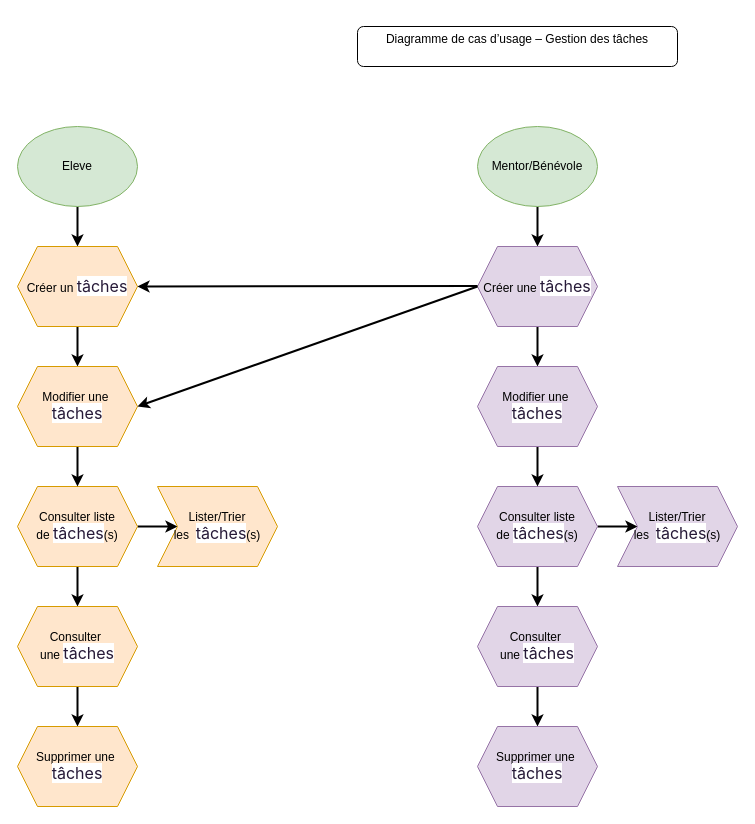
Above: Diagramme de cas d’usage – Gestion des tâches.drawio in frederic5962/Learn-Home_p10 (draw.io), before the change. Source tidied: cells renumbered, new cells numbered last; positions are measured from the earlier drawing's top-left corner, leaving out a move shared by most shapes. Both pictures are drawn from the tidied source at 100%, with x=0, y=0 at pixel (17, 26).
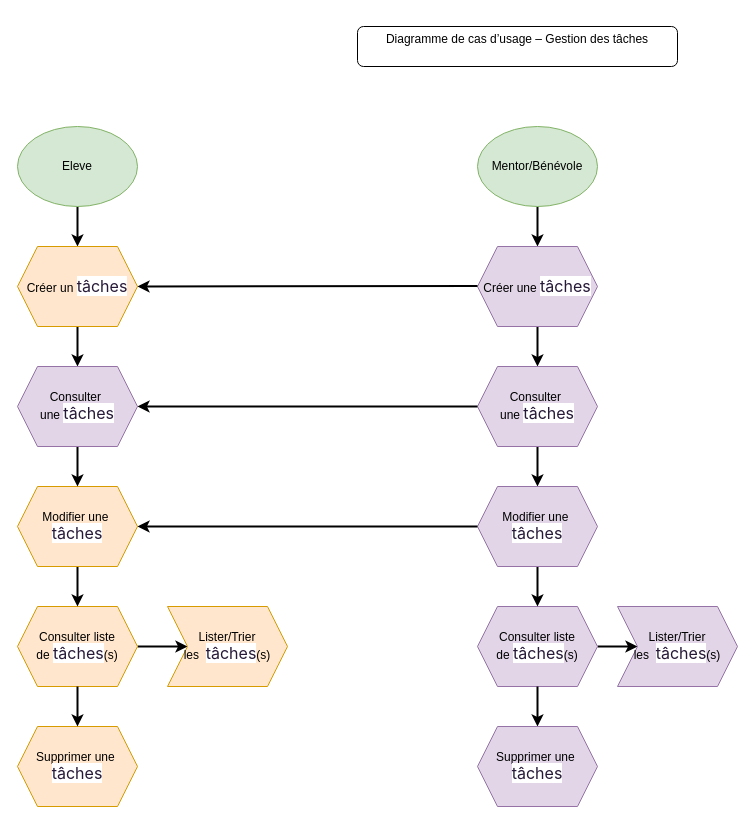
The same diagram, later.

Commit message:
Mettre à jour Diagramme de cas d’usage – Gestion des tâches.drawio

Unchanged cells that the change refers to:
```xml
<mxCell id="8" value="Créer un&amp;nbsp;&lt;span style=&quot;color: rgb(39, 26, 56); font-family: Inter; font-size: 16px; text-align: left; background-color: rgb(255, 255, 255);&quot;&gt;tâches&lt;/span&gt;" style="shape=hexagon;perimeter=hexagonPerimeter2;whiteSpace=wrap;html=1;fixedSize=1;fillColor=#ffe6cc;strokeColor=#d79b00;" parent="1" vertex="1">
  <mxGeometry y="220" width="120" height="80" as="geometry" />
</mxCell>
<mxCell id="13" value="Créer une&amp;nbsp;&lt;span style=&quot;color: rgb(39, 26, 56); font-family: Inter; font-size: 16px; text-align: left; background-color: rgb(255, 255, 255);&quot;&gt;tâches&lt;/span&gt;" style="shape=hexagon;perimeter=hexagonPerimeter2;whiteSpace=wrap;html=1;fixedSize=1;fillColor=#e1d5e7;strokeColor=#9673a6;" parent="1" vertex="1">
  <mxGeometry x="460" y="220" width="120" height="80" as="geometry" />
</mxCell>
<mxCell id="21" value="Supprimer une&amp;nbsp;&lt;div&gt;&lt;span style=&quot;color: rgb(39, 26, 56); font-family: Inter; font-size: 16px; text-align: left; background-color: rgb(255, 255, 255);&quot;&gt;tâches&lt;/span&gt;&lt;/div&gt;" style="shape=hexagon;perimeter=hexagonPerimeter2;whiteSpace=wrap;html=1;fixedSize=1;fillColor=#ffe6cc;strokeColor=#d79b00;" parent="1" vertex="1">
  <mxGeometry y="700" width="120" height="80" as="geometry" />
</mxCell>
<mxCell id="22" value="Supprimer une&amp;nbsp;&lt;div&gt;&lt;span style=&quot;color: rgb(39, 26, 56); font-family: Inter; font-size: 16px; text-align: left; background-color: rgb(255, 255, 255);&quot;&gt;tâches&lt;/span&gt;&lt;/div&gt;" style="shape=hexagon;perimeter=hexagonPerimeter2;whiteSpace=wrap;html=1;fixedSize=1;fillColor=#e1d5e7;strokeColor=#9673a6;" parent="1" vertex="1">
  <mxGeometry x="460" y="700" width="120" height="80" as="geometry" />
</mxCell>
```

What changed in the source:
```diff
@@
-    <mxCell id="7" style="edgeStyle=orthogonalEdgeStyle;rounded=0;jettySize=auto;html=1;strokeWidth=2;" parent="1" edge="1" source="8" target="24">
-      <mxGeometry relative="1" as="geometry" />
-    </mxCell>
+    <mxCell id="31" style="edgeStyle=orthogonalEdgeStyle;rounded=0;jettySize=auto;html=1;strokeWidth=2;" parent="1" edge="1" source="8" target="20">
+      <mxGeometry relative="1" as="geometry" />
+    </mxCell>
@@
-    <mxCell id="9" style="edgeStyle=orthogonalEdgeStyle;rounded=0;jettySize=auto;html=1;strokeWidth=2;" parent="1" edge="1" source="11" target="20">
-      <mxGeometry relative="1" as="geometry" />
-    </mxCell>
@@
     <mxCell id="11" value="Consulter liste de&amp;nbsp;&lt;span style=&quot;color: rgb(39, 26, 56); font-family: Inter; font-size: 16px; text-align: left; background-color: rgb(255, 255, 255);&quot;&gt;tâches&lt;/span&gt;(s)" style="shape=hexagon;perimeter=hexagonPerimeter2;whiteSpace=wrap;html=1;fixedSize=1;fillColor=#ffe6cc;strokeColor=#d79b00;" parent="1" vertex="1">
-      <mxGeometry y="460" width="120" height="80" as="geometry" />
+      <mxGeometry y="580" width="120" height="80" as="geometry" />
     </mxCell>
-    <mxCell id="12" style="edgeStyle=orthogonalEdgeStyle;rounded=0;jettySize=auto;html=1;strokeWidth=2;" parent="1" edge="1" source="13" target="26">
-      <mxGeometry relative="1" as="geometry" />
+    <mxCell id="12" style="edgeStyle=orthogonalEdgeStyle;rounded=0;jettySize=auto;html=1;strokeWidth=2;" parent="1" edge="1" source="13">
+      <mxGeometry relative="1" as="geometry">
+        <mxPoint x="520" y="340" as="targetPoint" />
+      </mxGeometry>
     </mxCell>
@@
-    <mxCell id="14" style="edgeStyle=orthogonalEdgeStyle;rounded=0;jettySize=auto;html=1;strokeWidth=2;" parent="1" edge="1" source="16" target="18">
-      <mxGeometry relative="1" as="geometry" />
-    </mxCell>
@@
     <mxCell id="16" value="Consulter liste de&amp;nbsp;&lt;span style=&quot;color: rgb(39, 26, 56); font-family: Inter; font-size: 16px; text-align: left; background-color: rgb(255, 255, 255);&quot;&gt;tâches&lt;/span&gt;(s)" style="shape=hexagon;perimeter=hexagonPerimeter2;whiteSpace=wrap;html=1;fixedSize=1;fillColor=#e1d5e7;strokeColor=#9673a6;" parent="1" vertex="1">
-      <mxGeometry x="460" y="460" width="120" height="80" as="geometry" />
+      <mxGeometry x="460" y="580" width="120" height="80" as="geometry" />
     </mxCell>
-    <mxCell id="17" style="edgeStyle=orthogonalEdgeStyle;rounded=0;jettySize=auto;html=1;strokeWidth=2;" parent="1" edge="1" source="18" target="22">
+    <mxCell id="17" style="edgeStyle=orthogonalEdgeStyle;rounded=0;jettySize=auto;html=1;strokeWidth=2;exitX=0.5;exitY=1;exitDx=0;exitDy=0;" parent="1" edge="1" source="16" target="22">
       <mxGeometry relative="1" as="geometry" />
     </mxCell>
+    <mxCell id="32" style="edgeStyle=orthogonalEdgeStyle;rounded=0;jettySize=auto;html=1;strokeWidth=2;" parent="1" edge="1" source="18" target="26">
+      <mxGeometry relative="1" as="geometry" />
+    </mxCell>
     <mxCell id="18" value="Consulter&amp;nbsp;&lt;div&gt;une&amp;nbsp;&lt;span style=&quot;background-color: rgb(255, 255, 255); color: rgb(39, 26, 56); font-family: Inter; font-size: 16px; text-align: left;&quot;&gt;tâches&lt;/span&gt;&lt;/div&gt;" style="shape=hexagon;perimeter=hexagonPerimeter2;whiteSpace=wrap;html=1;fixedSize=1;fillColor=#e1d5e7;strokeColor=#9673a6;" parent="1" vertex="1">
-      <mxGeometry x="460" y="580" width="120" height="80" as="geometry" />
+      <mxGeometry x="460" y="340" width="120" height="80" as="geometry" />
     </mxCell>
-    <mxCell id="19" style="edgeStyle=orthogonalEdgeStyle;rounded=0;jettySize=auto;html=1;strokeWidth=2;" parent="1" edge="1" source="20" target="21">
-      <mxGeometry relative="1" as="geometry" />
-    </mxCell>
-    <mxCell id="20" value="Consulter&amp;nbsp;&lt;div&gt;une&amp;nbsp;&lt;span style=&quot;background-color: rgb(255, 255, 255); color: rgb(39, 26, 56); font-family: Inter; font-size: 16px; text-align: left;&quot;&gt;tâches&lt;/span&gt;&lt;/div&gt;" style="shape=hexagon;perimeter=hexagonPerimeter2;whiteSpace=wrap;html=1;fixedSize=1;fillColor=#ffe6cc;strokeColor=#d79b00;" parent="1" vertex="1">
-      <mxGeometry y="580" width="120" height="80" as="geometry" />
-    </mxCell>
@@
     <mxCell id="24" value="Modifier une&amp;nbsp;&lt;div&gt;&lt;span style=&quot;color: rgb(39, 26, 56); font-family: Inter; font-size: 16px; text-align: left; background-color: rgb(255, 255, 255);&quot;&gt;tâches&lt;/span&gt;&lt;/div&gt;" style="shape=hexagon;perimeter=hexagonPerimeter2;whiteSpace=wrap;html=1;fixedSize=1;fillColor=#ffe6cc;strokeColor=#d79b00;" parent="1" vertex="1">
-      <mxGeometry y="340" width="120" height="80" as="geometry" />
+      <mxGeometry y="460" width="120" height="80" as="geometry" />
     </mxCell>
@@
     <mxCell id="26" value="Modifier une&amp;nbsp;&lt;div&gt;&lt;span style=&quot;color: rgb(39, 26, 56); font-family: Inter; font-size: 16px; text-align: left; background-color: rgb(255, 255, 255);&quot;&gt;tâches&lt;/span&gt;&lt;/div&gt;" style="shape=hexagon;perimeter=hexagonPerimeter2;whiteSpace=wrap;html=1;fixedSize=1;fillColor=#e1d5e7;strokeColor=#9673a6;" parent="1" vertex="1">
-      <mxGeometry x="460" y="340" width="120" height="80" as="geometry" />
+      <mxGeometry x="460" y="460" width="120" height="80" as="geometry" />
     </mxCell>
@@
     <mxCell id="28" value="Lister/Trier&lt;div&gt;les&amp;nbsp;&lt;span style=&quot;background-color: transparent; color: light-dark(rgb(0, 0, 0), rgb(255, 255, 255));&quot;&gt;&amp;nbsp;&lt;/span&gt;&lt;span style=&quot;color: rgb(39, 26, 56); font-family: Inter; font-size: 16px; text-align: left; background-color: rgb(255, 255, 255);&quot;&gt;tâches&lt;/span&gt;&lt;span style=&quot;background-color: transparent; color: light-dark(rgb(0, 0, 0), rgb(255, 255, 255));&quot;&gt;(s)&lt;/span&gt;&lt;/div&gt;" style="shape=step;perimeter=stepPerimeter;whiteSpace=wrap;html=1;fixedSize=1;fillColor=#ffe6cc;strokeColor=#d79b00;" parent="1" vertex="1">
-      <mxGeometry x="140" y="460" width="120" height="80" as="geometry" />
+      <mxGeometry x="150" y="580" width="120" height="80" as="geometry" />
     </mxCell>
     <mxCell id="29" value="Lister/Trier&lt;div&gt;les&amp;nbsp;&lt;span style=&quot;background-color: transparent; color: light-dark(rgb(0, 0, 0), rgb(255, 255, 255));&quot;&gt;&amp;nbsp;&lt;/span&gt;&lt;span style=&quot;color: rgb(39, 26, 56); font-family: Inter; font-size: 16px; text-align: left; background-color: rgb(255, 255, 255);&quot;&gt;tâches&lt;/span&gt;&lt;span style=&quot;background-color: transparent; color: light-dark(rgb(0, 0, 0), rgb(255, 255, 255));&quot;&gt;(s)&lt;/span&gt;&lt;/div&gt;" style="shape=step;perimeter=stepPerimeter;whiteSpace=wrap;html=1;fixedSize=1;fillColor=#e1d5e7;strokeColor=#9673a6;" parent="1" vertex="1">
-      <mxGeometry x="600" y="460" width="120" height="80" as="geometry" />
+      <mxGeometry x="600" y="580" width="120" height="80" as="geometry" />
     </mxCell>
-    <mxCell id="30" style="endArrow=classic;html=1;rounded=0;exitX=0;exitY=0.5;exitDx=0;exitDy=0;entryX=1;entryY=0.5;entryDx=0;entryDy=0;strokeWidth=2;" parent="1" edge="1" source="13" target="24">
+    <mxCell id="30" style="endArrow=classic;html=1;rounded=0;entryX=1;entryY=0.5;entryDx=0;entryDy=0;strokeWidth=2;exitX=0;exitY=0.5;exitDx=0;exitDy=0;" parent="1" edge="1" source="26" target="24">
       <mxGeometry relative="1" as="geometry" />
     </mxCell>
+    <mxCell id="33" style="endArrow=classic;html=1;rounded=0;exitX=0.5;exitY=1;exitDx=0;exitDy=0;entryX=0.5;entryY=0;entryDx=0;entryDy=0;strokeWidth=2;" parent="1" edge="1" source="11" target="21">
+      <mxGeometry relative="1" as="geometry" />
+    </mxCell>
+    <mxCell id="34" style="edgeStyle=orthogonalEdgeStyle;rounded=0;jettySize=auto;html=1;strokeWidth=2;" parent="1" edge="1" source="20" target="24">
+      <mxGeometry relative="1" as="geometry" />
+    </mxCell>
+    <mxCell id="20" value="Consulter&amp;nbsp;&lt;div&gt;une&amp;nbsp;&lt;span style=&quot;background-color: rgb(255, 255, 255); color: rgb(39, 26, 56); font-family: Inter; font-size: 16px; text-align: left;&quot;&gt;tâches&lt;/span&gt;&lt;/div&gt;" style="shape=hexagon;perimeter=hexagonPerimeter2;whiteSpace=wrap;html=1;fixedSize=1;fillColor=#e1d5e7;strokeColor=#9673a6;" parent="1" vertex="1">
+      <mxGeometry y="340" width="120" height="80" as="geometry" />
+    </mxCell>
+    <mxCell id="35" style="endArrow=classic;html=1;rounded=0;exitX=0;exitY=0.5;exitDx=0;exitDy=0;entryX=1;entryY=0.5;entryDx=0;entryDy=0;strokeWidth=2;" parent="1" edge="1" source="18" target="20">
+      <mxGeometry relative="1" as="geometry" />
+    </mxCell>
```
